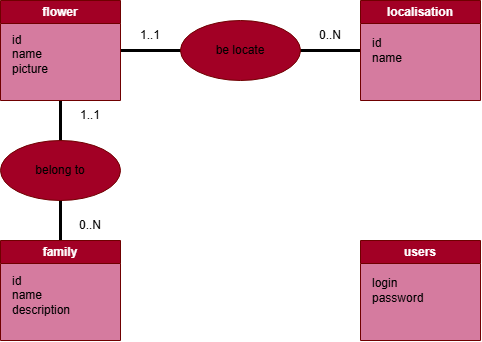
Before: docs/mcd.png, a diagram exported from draw.io (clemencechenevoix/B_A_P_I). Source tidied: cells renumbered, new cells last; positions are measured from the earlier drawing's top-left corner, leaving out a move shared by most shapes.
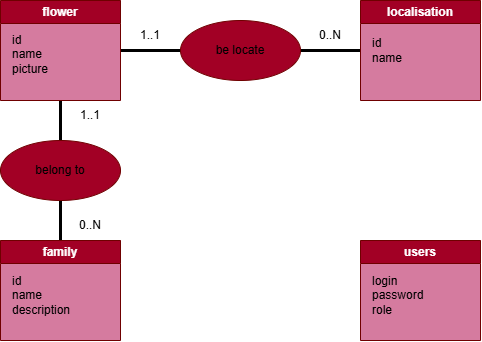
After the commit.

Diff of the diagram source:
```diff
@@ -35,8 +35,8 @@
     <mxCell id="12" value="users" style="swimlane;whiteSpace=wrap;html=1;startSize=23;fillColor=#a20025;fontColor=#ffffff;strokeColor=#6F0000;gradientColor=none;swimlaneFillColor=light-dark(#D57B9F,#D57B9F);" parent="1" vertex="1">
       <mxGeometry x="360" y="240" width="120" height="100" as="geometry" />
     </mxCell>
-    <mxCell id="13" value="login&lt;br&gt;&lt;div&gt;password&lt;/div&gt;" style="text;html=1;whiteSpace=wrap;strokeColor=none;fillColor=none;align=left;verticalAlign=middle;rounded=0;fontColor=light-dark(#000000,#060606);" parent="12" vertex="1">
-      <mxGeometry x="10" y="35" width="60" height="30" as="geometry" />
+    <mxCell id="13" value="login&lt;br&gt;&lt;div&gt;password&lt;/div&gt;&lt;div&gt;role&lt;/div&gt;" style="text;html=1;whiteSpace=wrap;strokeColor=none;fillColor=none;align=left;verticalAlign=middle;rounded=0;fontColor=light-dark(#000000,#060606);" parent="12" vertex="1">
+      <mxGeometry x="10" y="40" width="60" height="30" as="geometry" />
     </mxCell>
     <mxCell id="14" value="belong to" style="text;html=1;whiteSpace=wrap;strokeColor=none;fillColor=none;align=center;verticalAlign=middle;rounded=0;fontColor=light-dark(#000000,#060606);" parent="1" vertex="1">
       <mxGeometry x="30" y="155" width="60" height="30" as="geometry" />
```
